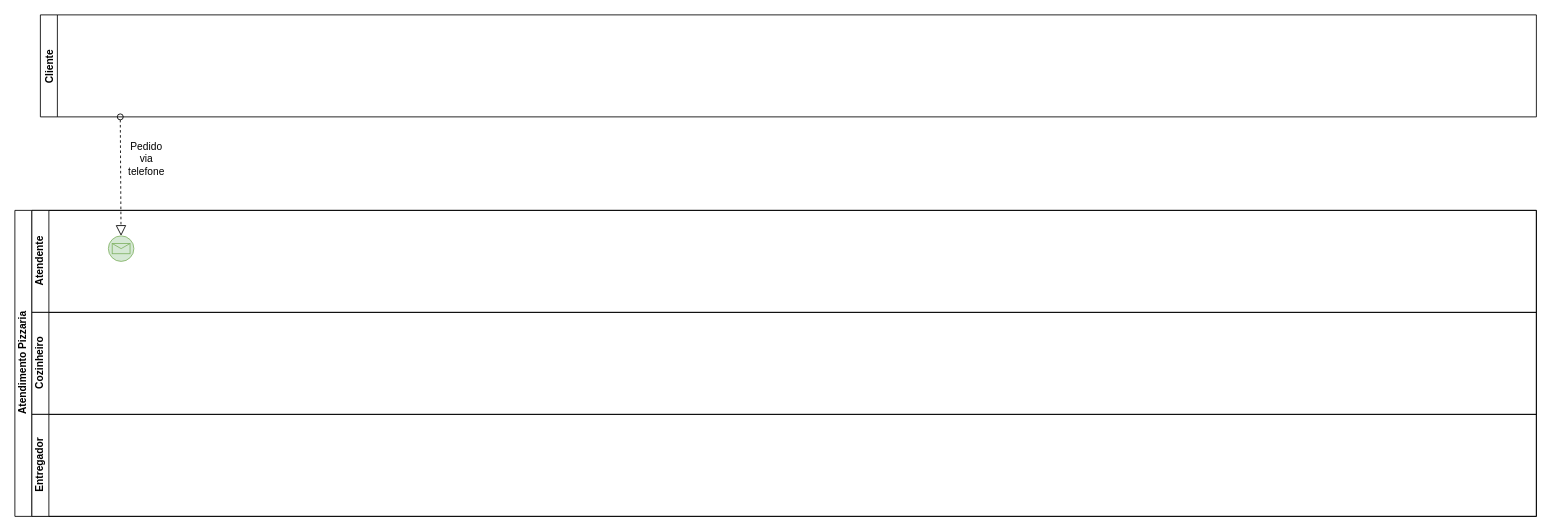
This is trabalho2.drawio from gusleaooliveira/bpmn, a draw.io file, before an edit. Source tidied: cells renumbered, new cells numbered last; positions are measured from the earlier drawing's top-left corner, leaving out a move shared by most shapes. Both pictures are drawn from the tidied source at 85%, with x=0, y=0 at pixel (14, 14).
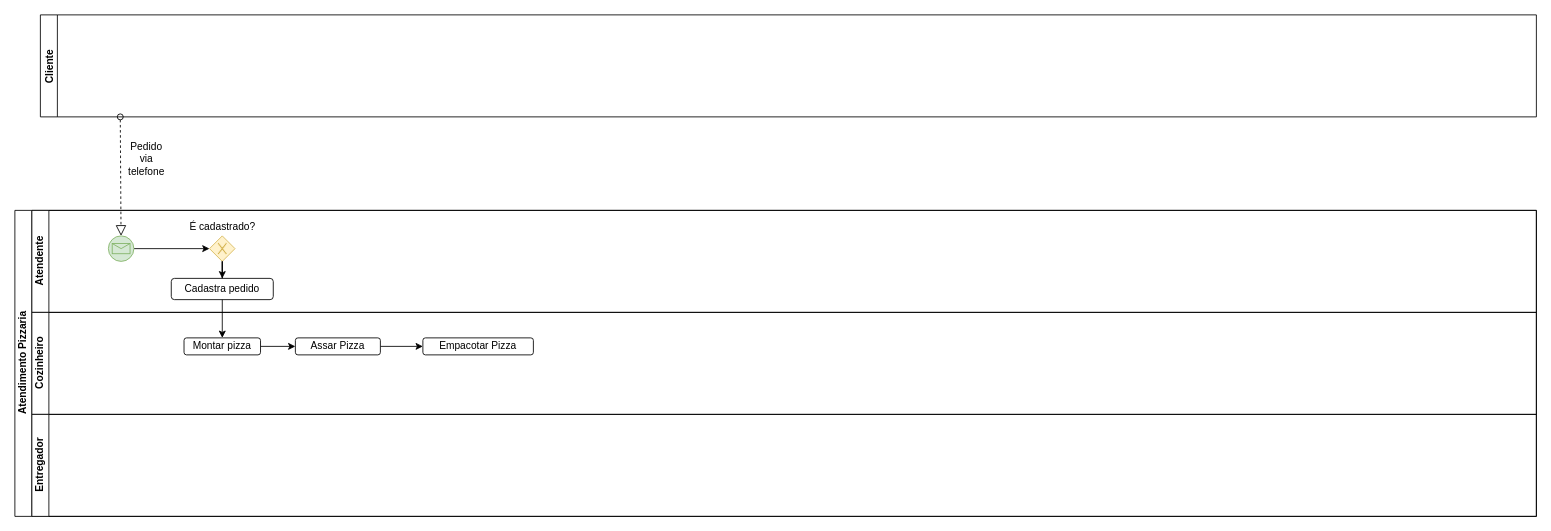
The same page after the edit.

Unchanged cells that the change refers to:
```xml
<mxCell id="2" value="Atendimento Pizzaria" style="swimlane;html=1;horizontal=0;startSize=20;" parent="1" vertex="1">
  <mxGeometry y="230" width="1790" height="360" as="geometry" />
</mxCell>
<mxCell id="3" value="Atendente" style="swimlane;html=1;startSize=20;horizontal=0;" parent="2" vertex="1">
  <mxGeometry x="20" width="1770" height="120" as="geometry" />
</mxCell>
<mxCell id="4" style="shape=mxgraph.bpmn.shape;html=1;verticalLabelPosition=bottom;labelBackgroundColor=#ffffff;verticalAlign=top;align=center;perimeter=ellipsePerimeter;outlineConnect=0;outline=standard;symbol=message;fillColor=#d5e8d4;strokeColor=#82b366;" parent="3" vertex="1">
  <mxGeometry x="90" y="30" width="30" height="30" as="geometry" />
</mxCell>
<mxCell id="5" value="Cozinheiro" style="swimlane;html=1;startSize=20;horizontal=0;" parent="2" vertex="1">
  <mxGeometry x="20" y="120" width="1770" height="120" as="geometry" />
</mxCell>
```

The edit, as a diff of the source:
```diff
@@
+    <mxCell id="10" style="edgeStyle=orthogonalEdgeStyle;rounded=0;jettySize=auto;html=1;entryX=0;entryY=0.5;entryDx=0;entryDy=0;" parent="3" edge="1" source="4" target="12">
+      <mxGeometry relative="1" as="geometry" />
+    </mxCell>
+    <mxCell id="11" value="É cadastrado?" style="text;html=1;strokeColor=none;fillColor=none;align=center;verticalAlign=middle;whiteSpace=wrap;rounded=0;" parent="3" vertex="1">
+      <mxGeometry x="181.5" y="10" width="85" height="20" as="geometry" />
+    </mxCell>
+    <mxCell id="12" style="shape=mxgraph.bpmn.shape;html=1;verticalLabelPosition=bottom;labelBackgroundColor=#ffffff;verticalAlign=top;align=center;perimeter=rhombusPerimeter;background=gateway;outlineConnect=0;outline=none;symbol=exclusiveGw;fillColor=#fff2cc;strokeColor=#d6b656;" parent="3" vertex="1">
+      <mxGeometry x="209" y="30" width="30" height="30" as="geometry" />
+    </mxCell>
@@
+    <mxCell id="13" style="edgeStyle=orthogonalEdgeStyle;rounded=0;jettySize=auto;html=1;" parent="3" edge="1" source="12" target="14">
+      <mxGeometry relative="1" as="geometry" />
+    </mxCell>
+    <mxCell id="14" value="Cadastra pedido" style="shape=ext;rounded=1;html=1;whiteSpace=wrap;" parent="3" vertex="1">
+      <mxGeometry x="164" y="80" width="120" height="25" as="geometry" />
+    </mxCell>
@@
+    <mxCell id="15" style="edgeStyle=orthogonalEdgeStyle;rounded=0;jettySize=auto;html=1;entryX=0;entryY=0.5;entryDx=0;entryDy=0;" parent="5" edge="1" source="16" target="18">
+      <mxGeometry relative="1" as="geometry" />
+    </mxCell>
+    <mxCell id="16" value="Montar pizza" style="shape=ext;rounded=1;html=1;whiteSpace=wrap;" parent="5" vertex="1">
+      <mxGeometry x="179" y="30" width="90" height="20" as="geometry" />
+    </mxCell>
+    <mxCell id="17" style="edgeStyle=orthogonalEdgeStyle;rounded=0;jettySize=auto;html=1;" parent="5" edge="1" source="18" target="19">
+      <mxGeometry relative="1" as="geometry" />
+    </mxCell>
+    <mxCell id="18" value="Assar Pizza" style="shape=ext;rounded=1;html=1;whiteSpace=wrap;" parent="5" vertex="1">
+      <mxGeometry x="310" y="30" width="100" height="20" as="geometry" />
+    </mxCell>
+    <mxCell id="19" value="Empacotar Pizza" style="shape=ext;rounded=1;html=1;whiteSpace=wrap;" parent="5" vertex="1">
+      <mxGeometry x="460" y="30" width="130" height="20" as="geometry" />
+    </mxCell>
@@
+    <mxCell id="20" style="edgeStyle=orthogonalEdgeStyle;rounded=0;jettySize=auto;html=1;" parent="2" edge="1" source="14" target="16">
+      <mxGeometry relative="1" as="geometry" />
+    </mxCell>
```
